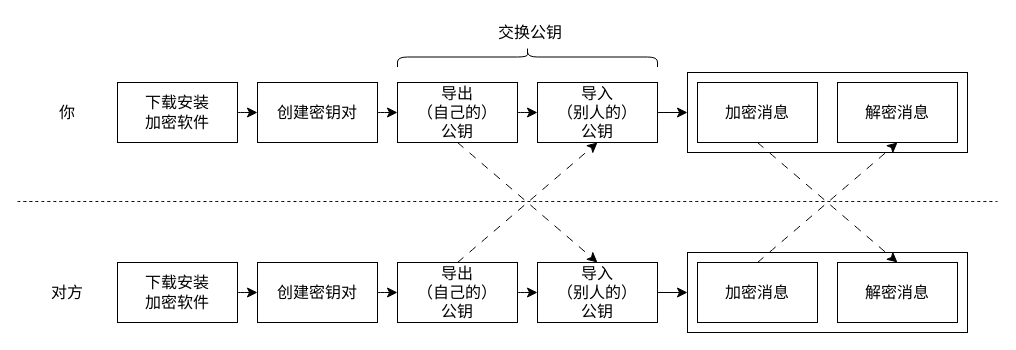
Earlier version of the draw.io diagram page "step-overview" (1 of 2) of res/introduction/steps.drawio (cyraivndle2/gpg-tutorial). Source tidied: cells renumbered, new cells numbered last; positions are measured from the earlier drawing's top-left corner, leaving out a move shared by most shapes. Both pictures are drawn from the tidied source at 100%, with x=0, y=0 at pixel (17, -74).
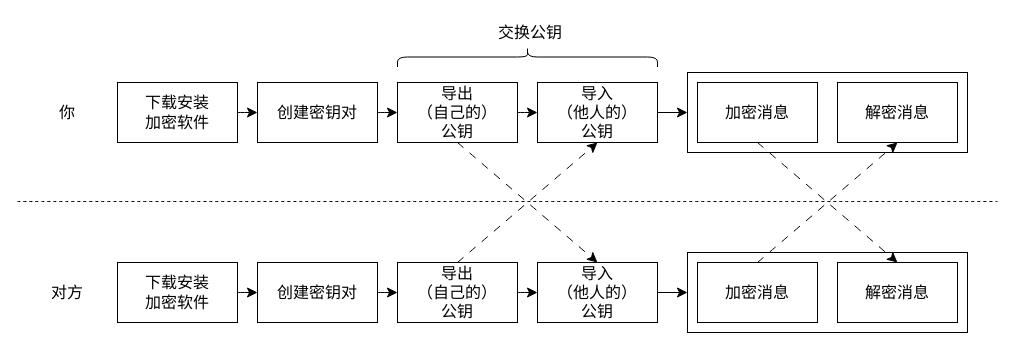
After the change.

Commit message (it also covers changes not shown here):
介绍/流程图 调整表述 重命名文件

What changed in the source:
```diff
@@
-    <mxCell id="11" value="导入&lt;br&gt;（别人的）&lt;br&gt;公钥" style="rounded=0;whiteSpace=wrap;html=1;fontSize=16;fontFamily=思源黑体;" parent="1" vertex="1">
+    <mxCell id="11" value="导入&lt;br&gt;（他人的）&lt;br&gt;公钥" style="rounded=0;whiteSpace=wrap;html=1;fontSize=16;fontFamily=思源黑体;" parent="1" vertex="1">
       <mxGeometry x="520" y="156" width="120" height="60" as="geometry" />
     </mxCell>
@@
-    <mxCell id="23" value="导入&lt;br&gt;（别人的）&lt;br&gt;公钥" style="rounded=0;whiteSpace=wrap;html=1;fontSize=16;fontFamily=思源黑体;" parent="1" vertex="1">
+    <mxCell id="23" value="导入&lt;br&gt;（他人的）&lt;br&gt;公钥" style="rounded=0;whiteSpace=wrap;html=1;fontSize=16;fontFamily=思源黑体;" parent="1" vertex="1">
       <mxGeometry x="520" y="336" width="120" height="60" as="geometry" />
     </mxCell>
```
